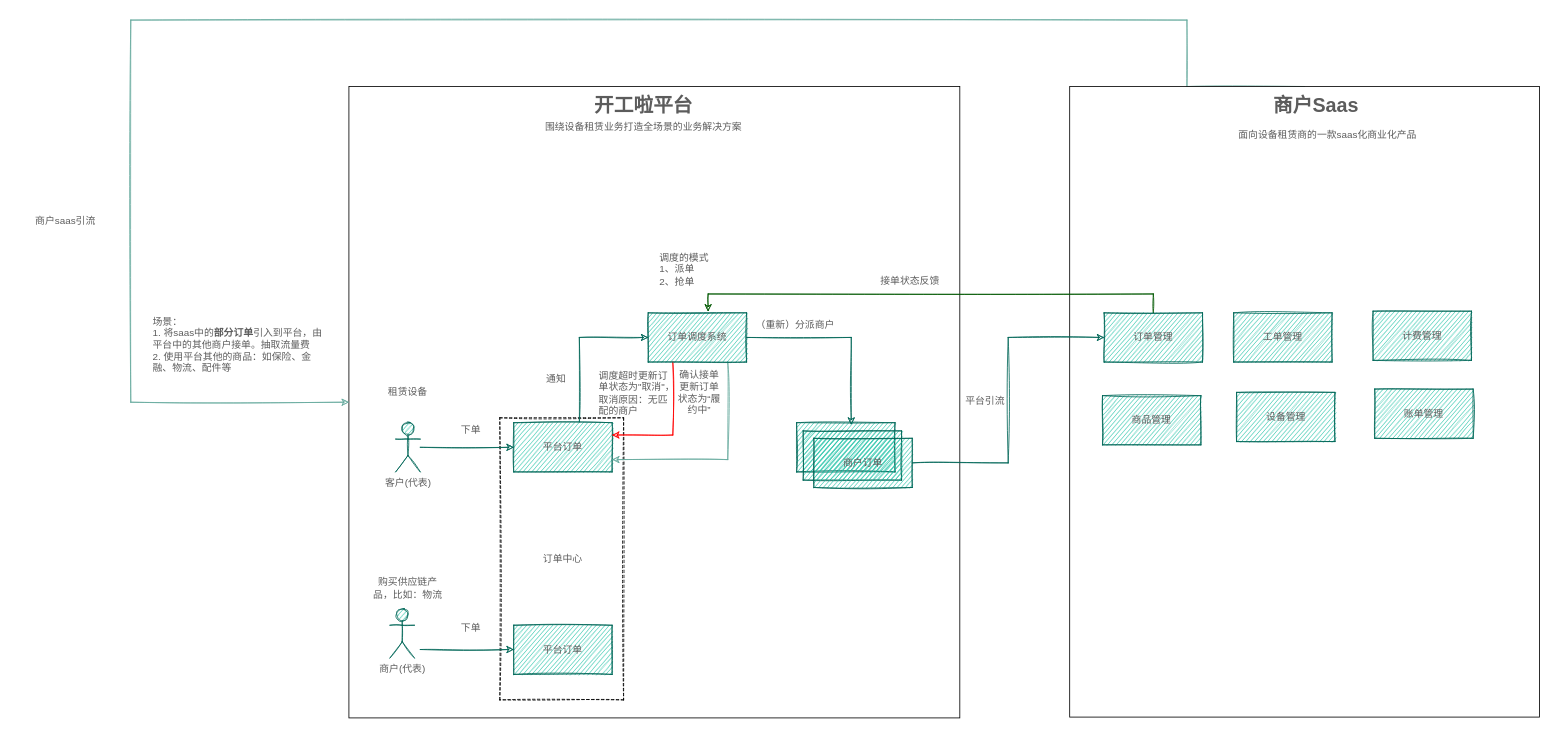
Earlier version of the draw.io diagram page "业务流程" (5 of 7) of docs/租赁平台.drawio (lokiworks/codebase). Source tidied: cells renumbered, new cells numbered last; positions are measured from the earlier drawing's top-left corner, leaving out a move shared by most shapes. Both pictures are drawn from the tidied source at 82%, with x=0, y=0 at pixel (14, 20).
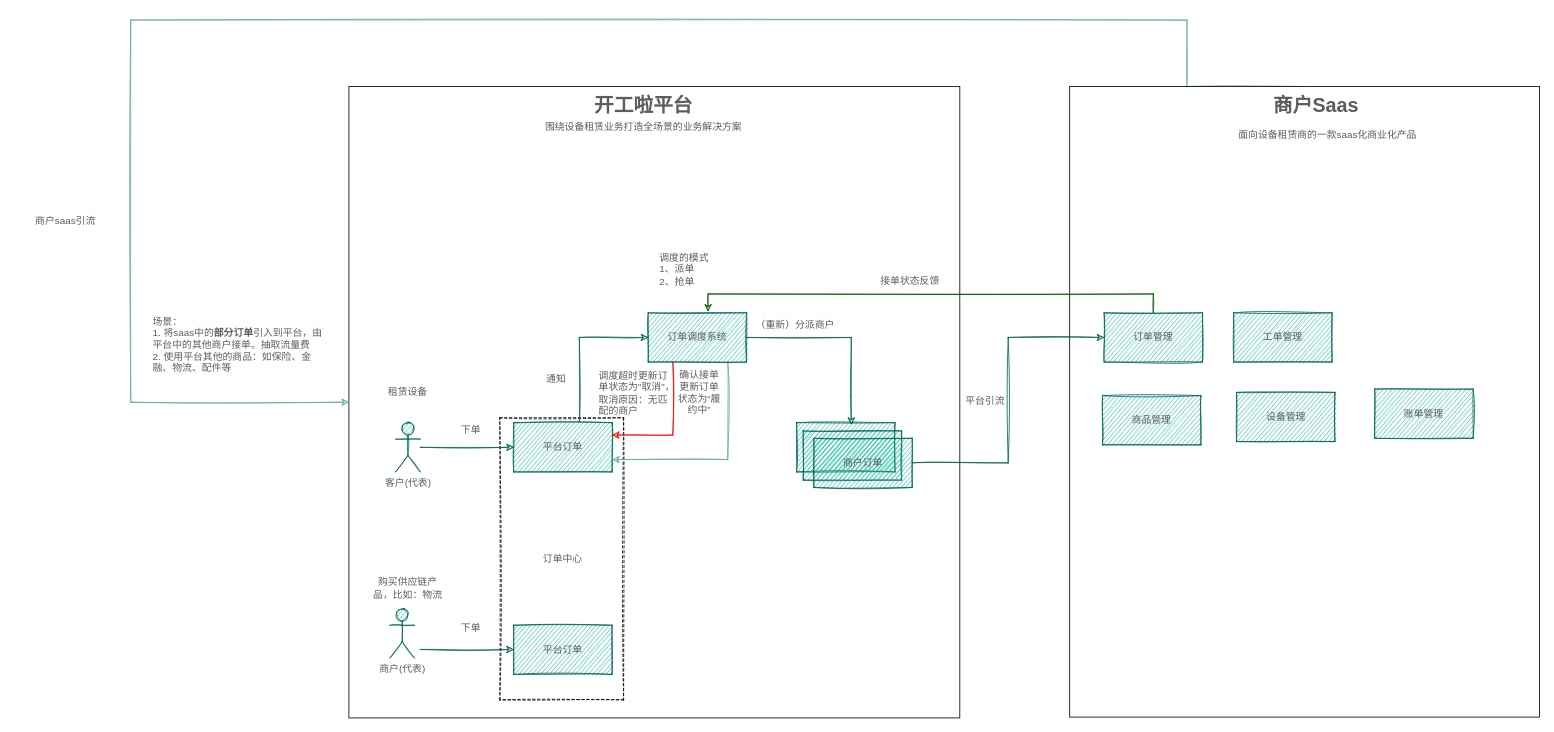
Above is the later version.

What changed in the source:
```diff
@@
-    <mxCell id="37" value="计费管理" style="rounded=0;whiteSpace=wrap;html=1;sketch=1;fontSize=12;fontColor=#5C5C5C;strokeColor=#006658;fillColor=#21C0A5;" parent="1" vertex="1">
-      <mxGeometry x="1657" y="355" width="120" height="60" as="geometry" />
-    </mxCell>
```
